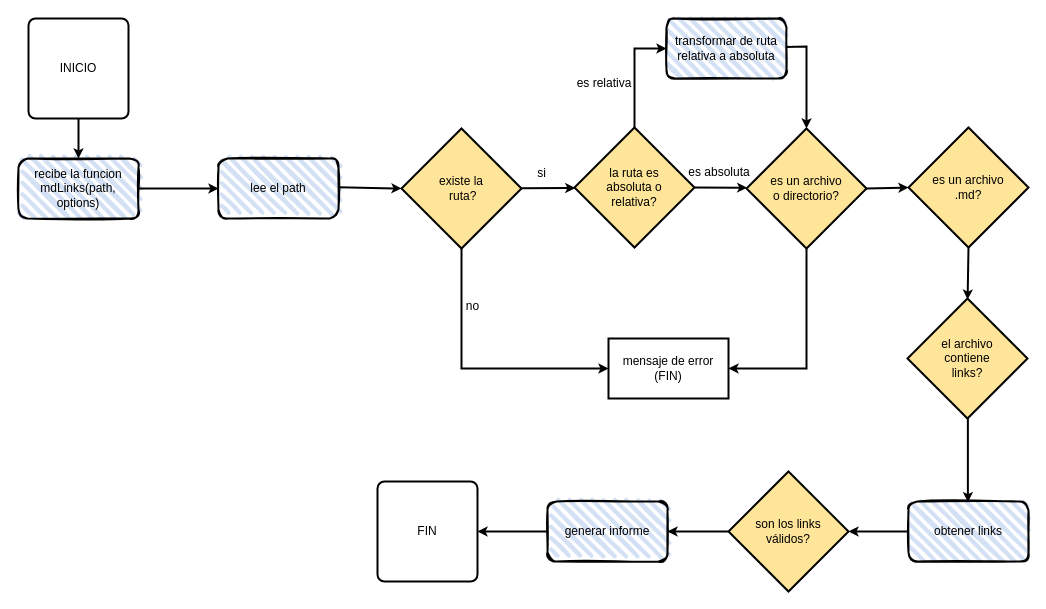
RosarioHA/DEV001-md-linksRHA keeps this draw.io diagram as Diagrama sin título.drawio. Above is the earlier version. Source tidied: cells renumbered, new cells numbered last; positions are measured from the earlier drawing's top-left corner, leaving out a move shared by most shapes. Both pictures are drawn from the tidied source at 100%, with x=0, y=0 at pixel (18, 18).
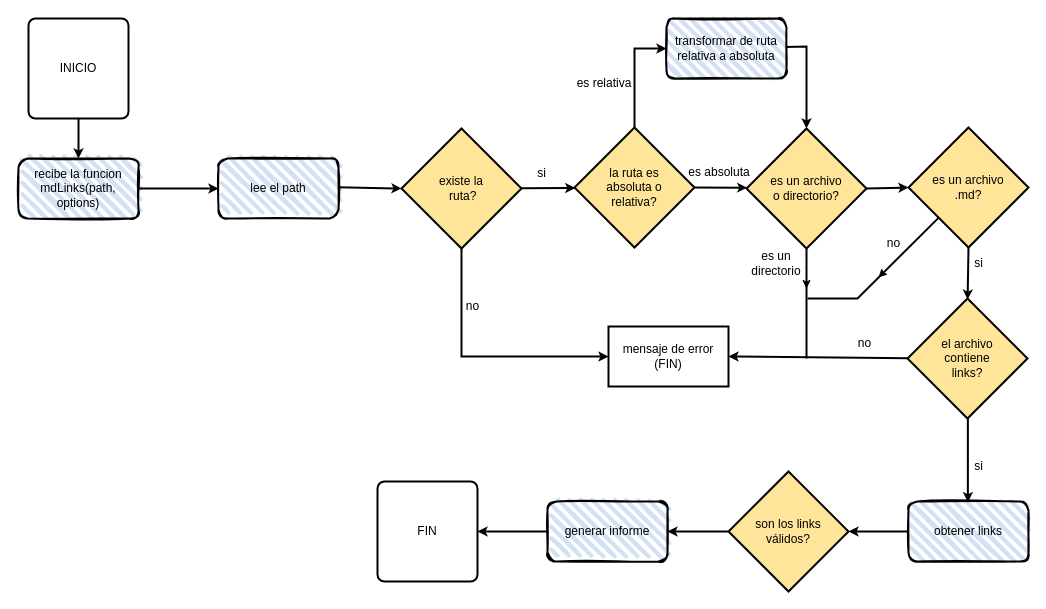
Above is the later version.

Commit message:
diagrama de flujo completo

Unchanged cells that the change refers to:
```xml
<mxCell id="5" value="&lt;div&gt;existe la&lt;/div&gt;&lt;div&gt;&amp;nbsp;ruta?&lt;br&gt;&lt;/div&gt;" style="strokeWidth=2;html=1;shape=mxgraph.flowchart.decision;whiteSpace=wrap;fillColor=#FFE599;" parent="1" vertex="1">
  <mxGeometry x="383" y="110" width="120" height="120" as="geometry" />
</mxCell>
<mxCell id="14" value="&lt;div&gt;es un archivo&lt;/div&gt;&lt;div&gt;o directorio?&lt;br&gt;&lt;/div&gt;" style="strokeWidth=2;html=1;shape=mxgraph.flowchart.decision;whiteSpace=wrap;fillColor=#FFE599;" parent="1" vertex="1">
  <mxGeometry x="728" y="110" width="120" height="120" as="geometry" />
</mxCell>
<mxCell id="15" value="&lt;div&gt;es un archivo&lt;/div&gt;&lt;div&gt;.md?&lt;br&gt;&lt;/div&gt;" style="strokeWidth=2;html=1;shape=mxgraph.flowchart.decision;whiteSpace=wrap;fillColor=#FFE599;" parent="1" vertex="1">
  <mxGeometry x="890" y="109" width="120" height="120" as="geometry" />
</mxCell>
<mxCell id="17" value="&lt;div&gt;el archivo &lt;br&gt;&lt;/div&gt;&lt;div&gt;contiene &lt;br&gt;&lt;/div&gt;&lt;div&gt;links?&lt;/div&gt;" style="strokeWidth=2;html=1;shape=mxgraph.flowchart.decision;whiteSpace=wrap;fillColor=#FFE599;" parent="1" vertex="1">
  <mxGeometry x="889" y="280" width="120" height="120" as="geometry" />
</mxCell>
```

The edit, as a diff of the source:
```diff
@@
     <mxCell id="16" value="&lt;div&gt;mensaje de error&lt;/div&gt;&lt;div&gt;(FIN)&lt;br&gt;&lt;/div&gt;" style="rounded=0;whiteSpace=wrap;html=1;strokeColor=default;strokeWidth=2;fillColor=#ffffff;gradientColor=none;" parent="1" vertex="1">
-      <mxGeometry x="590" y="320" width="120" height="60" as="geometry" />
+      <mxGeometry x="590" y="308" width="120" height="60" as="geometry" />
     </mxCell>
@@
     <mxCell id="32" style="endArrow=classic;html=1;rounded=0;strokeWidth=2;endSize=4;exitX=0.5;exitY=1;exitDx=0;exitDy=0;exitPerimeter=0;entryX=0;entryY=0.5;entryDx=0;entryDy=0;" parent="1" edge="1" source="5" target="16">
       <mxGeometry relative="1" as="geometry">
         <Array as="points">
-          <mxPoint x="443" y="350" />
+          <mxPoint x="443" y="338" />
         </Array>
       </mxGeometry>
     </mxCell>
@@
-    <mxCell id="34" style="endArrow=classic;html=1;rounded=0;strokeWidth=2;endSize=4;exitX=0.5;exitY=1;exitDx=0;exitDy=0;exitPerimeter=0;entryX=1;entryY=0.5;entryDx=0;entryDy=0;" parent="1" edge="1" source="14" target="16">
-      <mxGeometry relative="1" as="geometry">
-        <Array as="points">
-          <mxPoint x="788" y="350" />
-        </Array>
-      </mxGeometry>
-    </mxCell>
+    <mxCell id="35" value="es un directorio" style="text;strokeColor=none;align=center;fillColor=none;html=1;verticalAlign=middle;whiteSpace=wrap;rounded=0;strokeWidth=2;" parent="1" vertex="1">
+      <mxGeometry x="728" y="230" width="60" height="30" as="geometry" />
+    </mxCell>
+    <mxCell id="36" value="si" style="text;strokeColor=none;align=center;fillColor=none;html=1;verticalAlign=middle;whiteSpace=wrap;rounded=0;strokeWidth=2;" parent="1" vertex="1">
+      <mxGeometry x="946" y="230" width="29" height="30" as="geometry" />
+    </mxCell>
+    <mxCell id="37" value="si" style="text;strokeColor=none;align=center;fillColor=none;html=1;verticalAlign=middle;whiteSpace=wrap;rounded=0;strokeWidth=2;" parent="1" vertex="1">
+      <mxGeometry x="946" y="433" width="29" height="30" as="geometry" />
+    </mxCell>
+    <mxCell id="38" style="endArrow=none;html=1;rounded=0;strokeWidth=2;endSize=6;entryX=0.252;entryY=0.751;entryDx=0;entryDy=0;entryPerimeter=0;" parent="1" edge="1" target="15">
+      <mxGeometry relative="1" as="geometry">
+        <mxPoint x="789" y="280" as="sourcePoint" />
+        <Array as="points">
+          <mxPoint x="839" y="280" />
+        </Array>
+      </mxGeometry>
+    </mxCell>
+    <mxCell id="39" value="no" style="text;strokeColor=none;align=center;fillColor=none;html=1;verticalAlign=middle;whiteSpace=wrap;rounded=0;strokeWidth=2;" parent="1" vertex="1">
+      <mxGeometry x="861" y="210" width="29" height="30" as="geometry" />
+    </mxCell>
+    <mxCell id="40" style="endArrow=classic;html=1;rounded=0;strokeWidth=2;endSize=4;entryX=1;entryY=0.5;entryDx=0;entryDy=0;exitX=0.011;exitY=0.497;exitDx=0;exitDy=0;exitPerimeter=0;" parent="1" edge="1" source="17" target="16">
+      <mxGeometry relative="1" as="geometry" />
+    </mxCell>
+    <mxCell id="41" style="endArrow=none;html=1;rounded=0;strokeWidth=2;endSize=6;entryX=0.5;entryY=1;entryDx=0;entryDy=0;entryPerimeter=0;" parent="1" edge="1" target="14">
+      <mxGeometry relative="1" as="geometry">
+        <mxPoint x="788" y="340" as="sourcePoint" />
+      </mxGeometry>
+    </mxCell>
+    <mxCell id="42" value="no" style="text;strokeColor=none;align=center;fillColor=none;html=1;verticalAlign=middle;whiteSpace=wrap;rounded=0;strokeWidth=2;" parent="1" vertex="1">
+      <mxGeometry x="832" y="310" width="29" height="30" as="geometry" />
+    </mxCell>
+    <mxCell id="43" style="endArrow=classic;html=1;rounded=0;strokeWidth=1;endSize=6;" parent="1" edge="1">
+      <mxGeometry relative="1" as="geometry">
+        <mxPoint x="788" y="250" as="sourcePoint" />
+        <mxPoint x="788" y="270" as="targetPoint" />
+      </mxGeometry>
+    </mxCell>
+    <mxCell id="44" style="endArrow=classic;html=1;rounded=0;strokeWidth=1;endSize=6;" parent="1" edge="1">
+      <mxGeometry relative="1" as="geometry">
+        <mxPoint x="880" y="239" as="sourcePoint" />
+        <mxPoint x="860" y="259" as="targetPoint" />
+      </mxGeometry>
+    </mxCell>
```
